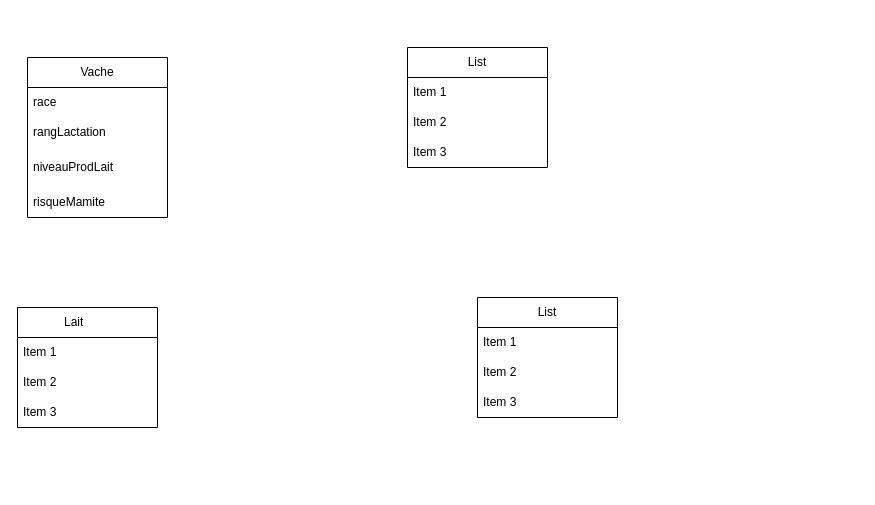
The draw.io diagram mcd quiz/Diagramme sans nom.drawio in Maminjatovo/MCD, before the edit. Source tidied: cells renumbered, new cells numbered last; positions are measured from the earlier drawing's top-left corner, leaving out a move shared by most shapes. Both pictures are drawn from the tidied source at 100%, with x=0, y=0 at pixel (17, 47).
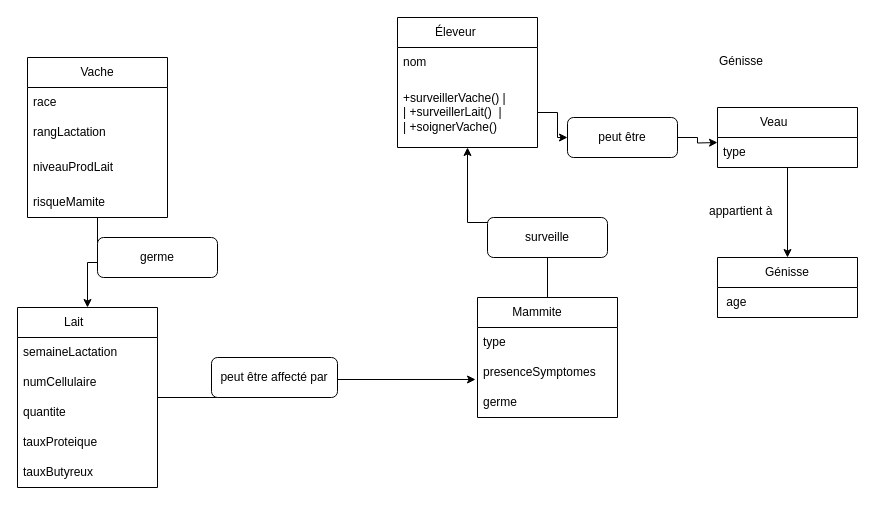
After the change.

Commit message (it also covers changes not shown here):
Mettre à jour Diagramme sans nom.drawio

Unchanged cells that the change refers to:
```xml
<mxCell id="6" value="  Vache " style="swimlane;fontStyle=0;horizontal=1;startSize=30;whiteSpace=wrap;html=1;" parent="1" vertex="1">
  <mxGeometry x="10" y="10" width="140" height="160" as="geometry" />
</mxCell>
```

Change to the diagram source:
```diff
@@
+    <mxCell id="19" style="edgeStyle=orthogonalEdgeStyle;rounded=0;jettySize=auto;html=1;entryX=0.5;entryY=1;entryDx=0;entryDy=0;" parent="1" edge="1" source="2" target="11">
+      <mxGeometry relative="1" as="geometry" />
+    </mxCell>
-    <mxCell id="2" value="List" style="swimlane;fontStyle=0;horizontal=1;startSize=30;whiteSpace=wrap;html=1;" parent="1" vertex="1">
+    <mxCell id="2" value="Mammite&amp;nbsp;&amp;nbsp;&amp;nbsp;&amp;nbsp;&amp;nbsp;&amp;nbsp; " style="swimlane;fontStyle=0;horizontal=1;startSize=30;whiteSpace=wrap;html=1;" parent="1" vertex="1">
       <mxGeometry x="460" y="250" width="140" height="120" as="geometry" />
     </mxCell>
-    <mxCell id="3" value="Item 1" style="text;strokeColor=none;fillColor=none;align=left;verticalAlign=middle;spacingLeft=4;spacingRight=4;overflow=hidden;whiteSpace=wrap;html=1;" parent="2" vertex="1">
+    <mxCell id="3" value="type&amp;nbsp;&amp;nbsp;&amp;nbsp;&amp;nbsp;&amp;nbsp;&amp;nbsp;&amp;nbsp;&amp;nbsp;&amp;nbsp;&amp;nbsp;&amp;nbsp;&amp;nbsp; " style="text;strokeColor=none;fillColor=none;align=left;verticalAlign=middle;spacingLeft=4;spacingRight=4;overflow=hidden;whiteSpace=wrap;html=1;" parent="2" vertex="1">
       <mxGeometry y="30" width="140" height="30" as="geometry" />
     </mxCell>
-    <mxCell id="4" value="Item 2" style="text;strokeColor=none;fillColor=none;align=left;verticalAlign=middle;spacingLeft=4;spacingRight=4;overflow=hidden;points=[[0,0.5],[1,0.5]];portConstraint=eastwest;whiteSpace=wrap;html=1;" parent="2" vertex="1">
+    <mxCell id="4" value="presenceSymptomes" style="text;strokeColor=none;fillColor=none;align=left;verticalAlign=middle;spacingLeft=4;spacingRight=4;overflow=hidden;points=[[0,0.5],[1,0.5]];portConstraint=eastwest;whiteSpace=wrap;html=1;" parent="2" vertex="1">
       <mxGeometry y="60" width="140" height="30" as="geometry" />
     </mxCell>
-    <mxCell id="5" value="Item 3" style="text;strokeColor=none;fillColor=none;align=left;verticalAlign=middle;spacingLeft=4;spacingRight=4;overflow=hidden;whiteSpace=wrap;html=1;" parent="2" vertex="1">
+    <mxCell id="5" value="germe&amp;nbsp;&amp;nbsp;&amp;nbsp;&amp;nbsp;&amp;nbsp;&amp;nbsp;&amp;nbsp;&amp;nbsp;&amp;nbsp;&amp;nbsp;&amp;nbsp; " style="text;strokeColor=none;fillColor=none;align=left;verticalAlign=middle;spacingLeft=4;spacingRight=4;overflow=hidden;whiteSpace=wrap;html=1;" parent="2" vertex="1">
       <mxGeometry y="90" width="140" height="30" as="geometry" />
     </mxCell>
+    <mxCell id="20" style="edgeStyle=orthogonalEdgeStyle;rounded=0;jettySize=auto;html=1;entryX=0.5;entryY=0;entryDx=0;entryDy=0;" parent="1" edge="1" source="6" target="15">
+      <mxGeometry relative="1" as="geometry" />
+    </mxCell>
@@
-    <mxCell id="11" value="List" style="swimlane;fontStyle=0;horizontal=1;startSize=30;whiteSpace=wrap;html=1;" parent="1" vertex="1">
-      <mxGeometry x="390" width="140" height="120" as="geometry" />
+    <mxCell id="11" value="Éleveur&amp;nbsp;&amp;nbsp;&amp;nbsp;&amp;nbsp;&amp;nbsp;&amp;nbsp;&amp;nbsp; " style="swimlane;fontStyle=0;horizontal=1;startSize=30;whiteSpace=wrap;html=1;" parent="1" vertex="1">
+      <mxGeometry x="380" y="-30" width="140" height="130" as="geometry" />
     </mxCell>
-    <mxCell id="12" value="Item 1" style="text;strokeColor=none;fillColor=none;align=left;verticalAlign=middle;spacingLeft=4;spacingRight=4;overflow=hidden;whiteSpace=wrap;html=1;" parent="11" vertex="1">
+    <mxCell id="12" value="nom" style="text;strokeColor=none;fillColor=none;align=left;verticalAlign=middle;spacingLeft=4;spacingRight=4;overflow=hidden;whiteSpace=wrap;html=1;" parent="11" vertex="1">
       <mxGeometry y="30" width="140" height="30" as="geometry" />
     </mxCell>
-    <mxCell id="13" value="Item 2" style="text;strokeColor=none;fillColor=none;align=left;verticalAlign=middle;spacingLeft=4;spacingRight=4;overflow=hidden;whiteSpace=wrap;html=1;" parent="11" vertex="1">
-      <mxGeometry y="60" width="140" height="30" as="geometry" />
-    </mxCell>
-    <mxCell id="14" value="Item 3" style="text;strokeColor=none;fillColor=none;align=left;verticalAlign=middle;spacingLeft=4;spacingRight=4;overflow=hidden;points=[[0,0.5],[1,0.5]];portConstraint=eastwest;whiteSpace=wrap;html=1;" parent="11" vertex="1">
-      <mxGeometry y="90" width="140" height="30" as="geometry" />
+    <mxCell id="14" value="+surveillerVache() |&lt;br&gt;| +surveillerLait()&amp;nbsp; |&lt;br&gt;| +soignerVache() " style="text;strokeColor=none;fillColor=none;align=left;verticalAlign=middle;spacingLeft=4;spacingRight=4;overflow=hidden;points=[[0,0.5],[1,0.5]];portConstraint=eastwest;whiteSpace=wrap;html=1;" parent="11" vertex="1">
+      <mxGeometry y="60" width="140" height="70" as="geometry" />
     </mxCell>
+    <mxCell id="21" style="edgeStyle=orthogonalEdgeStyle;rounded=0;jettySize=auto;html=1;entryX=-0.014;entryY=0.733;entryDx=0;entryDy=0;entryPerimeter=0;" parent="1" edge="1" source="15" target="4">
+      <mxGeometry relative="1" as="geometry" />
+    </mxCell>
     <mxCell id="15" value="Lait&amp;nbsp;&amp;nbsp;&amp;nbsp;&amp;nbsp;&amp;nbsp;&amp;nbsp;&amp;nbsp;&amp;nbsp; " style="swimlane;fontStyle=0;horizontal=1;startSize=30;whiteSpace=wrap;html=1;" parent="1" vertex="1">
-      <mxGeometry y="260" width="140" height="120" as="geometry" />
+      <mxGeometry y="260" width="140" height="180" as="geometry" />
     </mxCell>
-    <mxCell id="16" value="Item 1" style="text;strokeColor=none;fillColor=none;align=left;verticalAlign=middle;spacingLeft=4;spacingRight=4;overflow=hidden;whiteSpace=wrap;html=1;" parent="15" vertex="1">
+    <mxCell id="16" value="semaineLactation" style="text;strokeColor=none;fillColor=none;align=left;verticalAlign=middle;spacingLeft=4;spacingRight=4;overflow=hidden;whiteSpace=wrap;html=1;" parent="15" vertex="1">
       <mxGeometry y="30" width="140" height="30" as="geometry" />
     </mxCell>
-    <mxCell id="17" value="Item 2" style="text;strokeColor=none;fillColor=none;align=left;verticalAlign=middle;spacingLeft=4;spacingRight=4;overflow=hidden;whiteSpace=wrap;html=1;" parent="15" vertex="1">
+    <mxCell id="17" value="numCellulaire&amp;nbsp;&amp;nbsp;&amp;nbsp; " style="text;strokeColor=none;fillColor=none;align=left;verticalAlign=middle;spacingLeft=4;spacingRight=4;overflow=hidden;whiteSpace=wrap;html=1;" parent="15" vertex="1">
       <mxGeometry y="60" width="140" height="30" as="geometry" />
     </mxCell>
-    <mxCell id="18" value="Item 3" style="text;strokeColor=none;fillColor=none;align=left;verticalAlign=middle;spacingLeft=4;spacingRight=4;overflow=hidden;whiteSpace=wrap;html=1;" parent="15" vertex="1">
+    <mxCell id="18" value="quantite&amp;nbsp;&amp;nbsp;&amp;nbsp;&amp;nbsp;&amp;nbsp;&amp;nbsp;&amp;nbsp;&amp;nbsp; " style="text;strokeColor=none;fillColor=none;align=left;verticalAlign=middle;spacingLeft=4;spacingRight=4;overflow=hidden;whiteSpace=wrap;html=1;" parent="15" vertex="1">
       <mxGeometry y="90" width="140" height="30" as="geometry" />
     </mxCell>
+    <mxCell id="22" value="tauxProteique&amp;nbsp;&amp;nbsp;&amp;nbsp; " style="text;strokeColor=none;fillColor=none;align=left;verticalAlign=middle;spacingLeft=4;spacingRight=4;overflow=hidden;whiteSpace=wrap;html=1;" parent="15" vertex="1">
+      <mxGeometry y="120" width="140" height="30" as="geometry" />
+    </mxCell>
+    <mxCell id="23" value="tauxButyreux&amp;nbsp;&amp;nbsp;&amp;nbsp;&amp;nbsp; " style="text;strokeColor=none;fillColor=none;align=left;verticalAlign=middle;spacingLeft=4;spacingRight=4;overflow=hidden;whiteSpace=wrap;html=1;" parent="15" vertex="1">
+      <mxGeometry y="150" width="140" height="30" as="geometry" />
+    </mxCell>
+    <mxCell id="24" value="germe" style="rounded=1;whiteSpace=wrap;html=1;" parent="1" vertex="1">
+      <mxGeometry x="80" y="190" width="120" height="40" as="geometry" />
+    </mxCell>
+    <mxCell id="25" value="peut être affecté par" style="rounded=1;whiteSpace=wrap;html=1;" parent="1" vertex="1">
+      <mxGeometry x="194" y="310" width="126" height="40" as="geometry" />
+    </mxCell>
+    <mxCell id="26" value="surveille" style="rounded=1;whiteSpace=wrap;html=1;" parent="1" vertex="1">
+      <mxGeometry x="470" y="170" width="120" height="40" as="geometry" />
+    </mxCell>
+    <mxCell id="27" style="edgeStyle=orthogonalEdgeStyle;rounded=0;jettySize=auto;html=1;entryX=0.5;entryY=0;entryDx=0;entryDy=0;" parent="1" edge="1" source="28" target="34">
+      <mxGeometry relative="1" as="geometry" />
+    </mxCell>
+    <mxCell id="28" value="Veau&amp;nbsp;&amp;nbsp;&amp;nbsp;&amp;nbsp;&amp;nbsp;&amp;nbsp;&amp;nbsp;&amp;nbsp; " style="swimlane;fontStyle=0;horizontal=1;startSize=30;whiteSpace=wrap;html=1;" parent="1" vertex="1">
+      <mxGeometry x="700" y="60" width="140" height="60" as="geometry" />
+    </mxCell>
+    <mxCell id="29" value="type&amp;nbsp;&amp;nbsp;&amp;nbsp;&amp;nbsp;&amp;nbsp;&amp;nbsp;&amp;nbsp;&amp;nbsp;&amp;nbsp;&amp;nbsp;&amp;nbsp;&amp;nbsp; " style="text;strokeColor=none;fillColor=none;align=left;verticalAlign=middle;spacingLeft=4;spacingRight=4;overflow=hidden;whiteSpace=wrap;html=1;" parent="28" vertex="1">
+      <mxGeometry y="30" width="140" height="30" as="geometry" />
+    </mxCell>
+    <mxCell id="30" style="edgeStyle=orthogonalEdgeStyle;rounded=0;jettySize=auto;html=1;" parent="1" edge="1" source="31">
+      <mxGeometry relative="1" as="geometry">
+        <mxPoint x="700" y="95" as="targetPoint" />
+      </mxGeometry>
+    </mxCell>
+    <mxCell id="31" value="peut être" style="rounded=1;whiteSpace=wrap;html=1;" parent="1" vertex="1">
+      <mxGeometry x="550" y="70" width="110" height="40" as="geometry" />
+    </mxCell>
+    <mxCell id="32" style="edgeStyle=orthogonalEdgeStyle;rounded=0;jettySize=auto;html=1;" parent="1" edge="1" source="14" target="31">
+      <mxGeometry relative="1" as="geometry" />
+    </mxCell>
+    <mxCell id="33" value="Génisse" style="text;whiteSpace=wrap;" parent="1" vertex="1">
+      <mxGeometry x="700" width="80" height="40" as="geometry" />
+    </mxCell>
+    <mxCell id="34" value="Génisse" style="swimlane;fontStyle=0;horizontal=1;startSize=30;whiteSpace=wrap;html=1;" parent="1" vertex="1">
+      <mxGeometry x="700" y="210" width="140" height="60" as="geometry" />
+    </mxCell>
+    <mxCell id="35" value="&amp;nbsp;age&amp;nbsp;&amp;nbsp; " style="text;strokeColor=none;fillColor=none;align=left;verticalAlign=middle;spacingLeft=4;spacingRight=4;overflow=hidden;whiteSpace=wrap;html=1;" parent="34" vertex="1">
+      <mxGeometry y="30" width="140" height="30" as="geometry" />
+    </mxCell>
+    <mxCell id="36" value="appartient à" style="text;whiteSpace=wrap;" parent="1" vertex="1">
+      <mxGeometry x="690" y="150" width="100" height="40" as="geometry" />
+    </mxCell>
```
